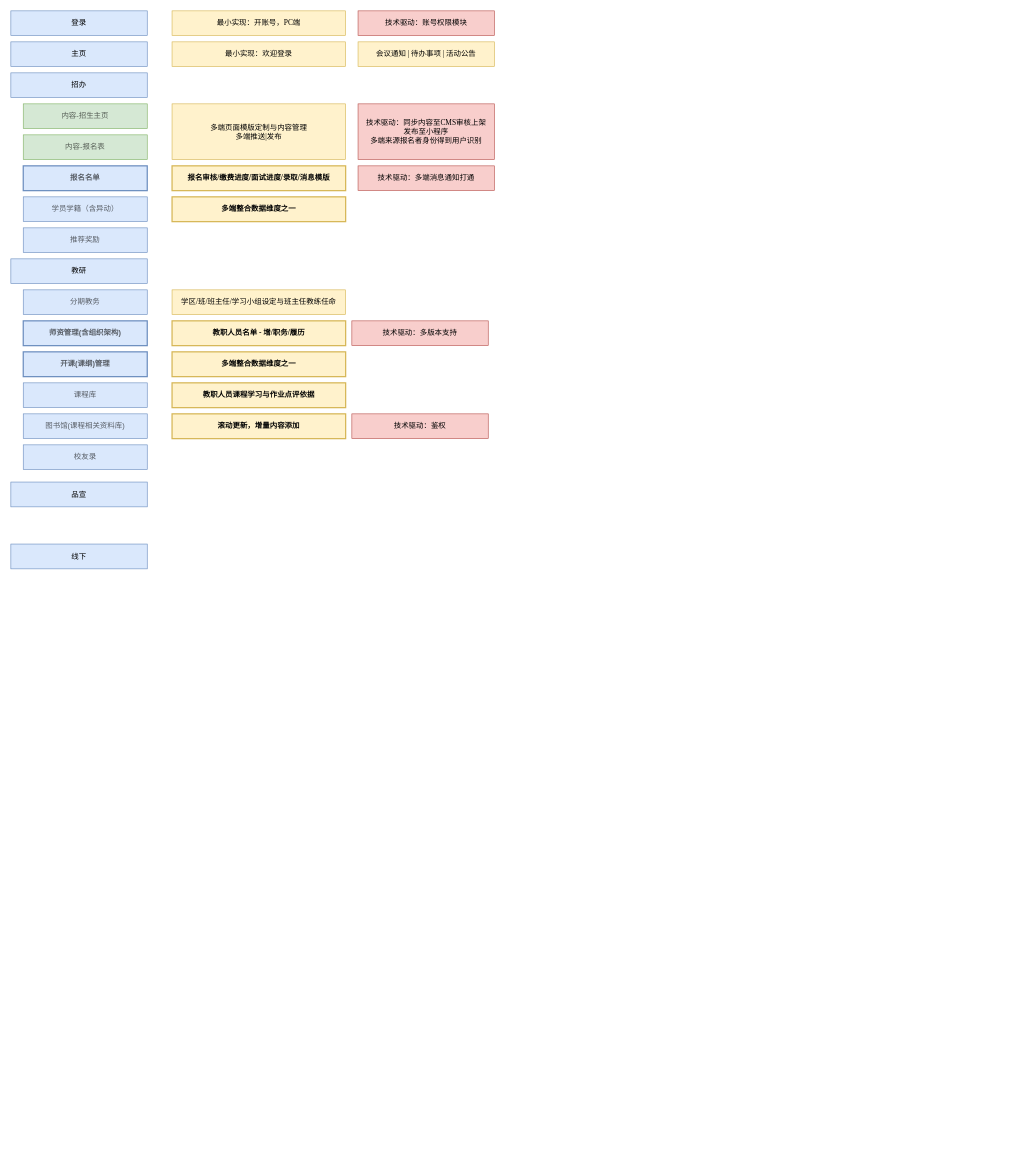
Earlier version of the draw.io diagram 未命名表单.drawio (HunkJia/HUNK). Source tidied: cells renumbered, new cells numbered last; positions are measured from the earlier drawing's top-left corner, leaving out a move shared by most shapes. Both pictures are drawn from the tidied source at 62%, with x=0, y=0 at pixel (11, 11).
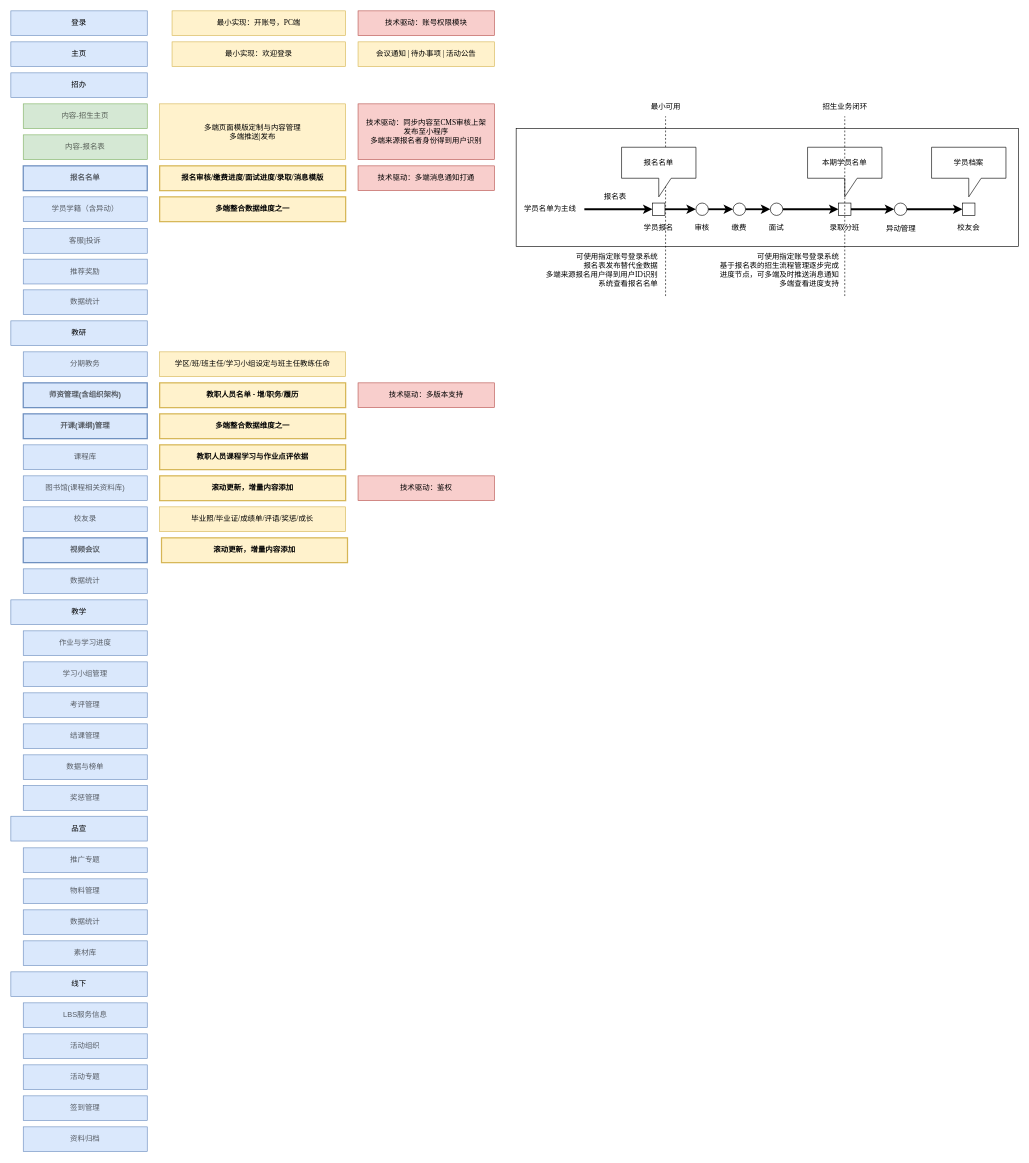
The same page after the edit.

Commit message (it also covers changes not shown here):
更新未命名表单.drawio

Diff of the diagram source:
```diff
@@
+    <mxCell id="35" style="rounded=0;whiteSpace=wrap;html=1;strokeWidth=1;fontFamily=Garamond;" parent="1" vertex="1">
+      <mxGeometry x="815" y="190" width="810" height="190" as="geometry" />
+    </mxCell>
+    <mxCell id="36" style="endArrow=none;dashed=1;html=1;strokeWidth=1;fontFamily=Garamond;entryX=0.5;entryY=1;entryDx=0;entryDy=0;" parent="1" edge="1" target="82">
+      <mxGeometry relative="1" as="geometry">
+        <mxPoint x="1056" y="460" as="sourcePoint" />
+      </mxGeometry>
+    </mxCell>
     <mxCell id="2" value="&lt;div&gt;多端页面模版定制与内容管理&lt;/div&gt;&lt;div&gt;多端推送|发布&lt;/div&gt;" style="rounded=0;whiteSpace=wrap;html=1;fontFamily=Garamond;fillColor=#fff2cc;strokeColor=#d6b656;" parent="1" vertex="1">
-      <mxGeometry x="260" y="150" width="280" height="90" as="geometry" />
+      <mxGeometry x="240" y="150" width="300" height="90" as="geometry" />
     </mxCell>
@@
     <mxCell id="4" value="教研" style="rounded=0;whiteSpace=wrap;html=1;fillColor=#dae8fc;strokeColor=#6c8ebf;" parent="1" vertex="1">
-      <mxGeometry y="400" width="220" height="40" as="geometry" />
+      <mxGeometry y="500" width="220" height="40" as="geometry" />
     </mxCell>
     <mxCell id="5" value="品宣" style="rounded=0;whiteSpace=wrap;html=1;fillColor=#dae8fc;strokeColor=#6c8ebf;" parent="1" vertex="1">
-      <mxGeometry y="760" width="220" height="40" as="geometry" />
+      <mxGeometry y="1299" width="220" height="40" as="geometry" />
     </mxCell>
     <mxCell id="6" value="线下" style="rounded=0;whiteSpace=wrap;html=1;fillColor=#dae8fc;strokeColor=#6c8ebf;" parent="1" vertex="1">
-      <mxGeometry y="860" width="220" height="40" as="geometry" />
+      <mxGeometry y="1550" width="220" height="40" as="geometry" />
     </mxCell>
@@
     <mxCell id="10" value="分期教务" style="text;html=1;strokeColor=#6c8ebf;fillColor=#dae8fc;align=center;verticalAlign=middle;whiteSpace=wrap;rounded=0;textOpacity=60;" parent="1" vertex="1">
-      <mxGeometry x="20" y="450" width="200" height="40" as="geometry" />
+      <mxGeometry x="20" y="550" width="200" height="40" as="geometry" />
     </mxCell>
     <mxCell id="11" value="师资管理(含组织架构)" style="text;html=1;strokeColor=#6c8ebf;fillColor=#dae8fc;align=center;verticalAlign=middle;whiteSpace=wrap;rounded=0;fontStyle=1;strokeWidth=2;textOpacity=60;" parent="1" vertex="1">
-      <mxGeometry x="20" y="500" width="200" height="40" as="geometry" />
+      <mxGeometry x="20" y="600" width="200" height="40" as="geometry" />
     </mxCell>
     <mxCell id="12" value="课程库" style="text;html=1;strokeColor=#6c8ebf;fillColor=#dae8fc;align=center;verticalAlign=middle;whiteSpace=wrap;rounded=0;textOpacity=60;" parent="1" vertex="1">
-      <mxGeometry x="20" y="600" width="200" height="40" as="geometry" />
+      <mxGeometry x="20" y="700" width="200" height="40" as="geometry" />
     </mxCell>
     <mxCell id="13" value="开课(课纲)管理" style="text;html=1;strokeColor=#6c8ebf;fillColor=#dae8fc;align=center;verticalAlign=middle;whiteSpace=wrap;rounded=0;strokeWidth=2;fontStyle=1;textOpacity=60;" parent="1" vertex="1">
-      <mxGeometry x="20" y="550" width="200" height="40" as="geometry" />
+      <mxGeometry x="20" y="650" width="200" height="40" as="geometry" />
     </mxCell>
@@
     <mxCell id="15" value="报名审核/缴费进度/面试进度/录取/消息模版&lt;div style=&quot;text-align: left&quot;&gt;&lt;/div&gt;" style="rounded=0;whiteSpace=wrap;html=1;fontFamily=Garamond;fillColor=#fff2cc;strokeColor=#d6b656;strokeWidth=2;fontStyle=1;" parent="1" vertex="1">
-      <mxGeometry x="260" y="250" width="280" height="40" as="geometry" />
+      <mxGeometry x="240" y="250" width="300" height="40" as="geometry" />
     </mxCell>
@@
     <mxCell id="21" value="学区/班/班主任/学习小组设定与班主任教练任命&lt;div style=&quot;text-align: left&quot;&gt;&lt;/div&gt;" style="rounded=0;whiteSpace=wrap;html=1;fontFamily=Garamond;fillColor=#fff2cc;strokeColor=#d6b656;" parent="1" vertex="1">
-      <mxGeometry x="260" y="450" width="280" height="40" as="geometry" />
+      <mxGeometry x="240" y="550" width="300" height="40" as="geometry" />
     </mxCell>
     <mxCell id="22" value="教职人员名单 - 增/职务/履历&lt;div style=&quot;text-align: left&quot;&gt;&lt;/div&gt;" style="rounded=0;whiteSpace=wrap;html=1;fontFamily=Garamond;fillColor=#fff2cc;strokeColor=#d6b656;strokeWidth=2;fontStyle=1;" parent="1" vertex="1">
-      <mxGeometry x="260" y="500" width="280" height="40" as="geometry" />
+      <mxGeometry x="240" y="600" width="300" height="40" as="geometry" />
     </mxCell>
@@
     <mxCell id="26" value="技术驱动：多版本支持&lt;div style=&quot;text-align: left&quot;&gt;&lt;/div&gt;" style="rounded=0;whiteSpace=wrap;html=1;fontFamily=Garamond;fillColor=#f8cecc;strokeColor=#b85450;" parent="1" vertex="1">
-      <mxGeometry x="550" y="500" width="220" height="40" as="geometry" />
+      <mxGeometry x="560" y="600" width="220" height="40" as="geometry" />
     </mxCell>
     <mxCell id="27" value="图书馆(课程相关资料库)" style="text;html=1;strokeColor=#6c8ebf;fillColor=#dae8fc;align=center;verticalAlign=middle;whiteSpace=wrap;rounded=0;textOpacity=60;" parent="1" vertex="1">
-      <mxGeometry x="20" y="650" width="200" height="40" as="geometry" />
+      <mxGeometry x="20" y="750" width="200" height="40" as="geometry" />
     </mxCell>
     <mxCell id="28" value="多端整合数据维度之一&lt;div style=&quot;text-align: left&quot;&gt;&lt;/div&gt;" style="rounded=0;whiteSpace=wrap;html=1;fontFamily=Garamond;fillColor=#fff2cc;strokeColor=#d6b656;strokeWidth=2;fontStyle=1;" parent="1" vertex="1">
-      <mxGeometry x="260" y="550" width="280" height="40" as="geometry" />
+      <mxGeometry x="240" y="650" width="300" height="40" as="geometry" />
     </mxCell>
     <mxCell id="29" value="多端整合数据维度之一&lt;div style=&quot;text-align: left&quot;&gt;&lt;/div&gt;" style="rounded=0;whiteSpace=wrap;html=1;fontFamily=Garamond;fillColor=#fff2cc;strokeColor=#d6b656;strokeWidth=2;fontStyle=1;" parent="1" vertex="1">
-      <mxGeometry x="260" y="300" width="280" height="40" as="geometry" />
+      <mxGeometry x="240" y="300" width="300" height="40" as="geometry" />
     </mxCell>
     <mxCell id="30" value="教职人员课程学习与作业点评依据&lt;div style=&quot;text-align: left&quot;&gt;&lt;/div&gt;" style="rounded=0;whiteSpace=wrap;html=1;fontFamily=Garamond;fillColor=#fff2cc;strokeColor=#d6b656;strokeWidth=2;fontStyle=1;" parent="1" vertex="1">
-      <mxGeometry x="260" y="600" width="280" height="40" as="geometry" />
+      <mxGeometry x="240" y="700" width="300" height="40" as="geometry" />
     </mxCell>
     <mxCell id="31" value="滚动更新，增量内容添加&lt;div style=&quot;text-align: left&quot;&gt;&lt;/div&gt;" style="rounded=0;whiteSpace=wrap;html=1;fontFamily=Garamond;fillColor=#fff2cc;strokeColor=#d6b656;strokeWidth=2;fontStyle=1;" parent="1" vertex="1">
-      <mxGeometry x="260" y="650" width="280" height="40" as="geometry" />
+      <mxGeometry x="240" y="750" width="300" height="40" as="geometry" />
     </mxCell>
     <mxCell id="32" value="技术驱动：鉴权&lt;div style=&quot;text-align: left&quot;&gt;&lt;/div&gt;" style="rounded=0;whiteSpace=wrap;html=1;fontFamily=Garamond;fillColor=#f8cecc;strokeColor=#b85450;" parent="1" vertex="1">
-      <mxGeometry x="550" y="650" width="220" height="40" as="geometry" />
+      <mxGeometry x="560" y="750" width="220" height="40" as="geometry" />
     </mxCell>
     <mxCell id="33" value="校友录" style="text;html=1;strokeColor=#6c8ebf;fillColor=#dae8fc;align=center;verticalAlign=middle;whiteSpace=wrap;rounded=0;textOpacity=60;" parent="1" vertex="1">
-      <mxGeometry x="20" y="700" width="200" height="40" as="geometry" />
+      <mxGeometry x="20" y="800" width="200" height="40" as="geometry" />
     </mxCell>
-    <mxCell id="34" value="推荐奖励" style="text;html=1;strokeColor=#6c8ebf;fillColor=#dae8fc;align=center;verticalAlign=middle;whiteSpace=wrap;rounded=0;textOpacity=60;" parent="1" vertex="1">
-      <mxGeometry x="20" y="350" width="200" height="40" as="geometry" />
+    <mxCell id="34" value="数据统计" style="text;html=1;strokeColor=#6c8ebf;fillColor=#dae8fc;align=center;verticalAlign=middle;whiteSpace=wrap;rounded=0;textOpacity=60;" parent="1" vertex="1">
+      <mxGeometry x="20" y="450" width="200" height="40" as="geometry" />
     </mxCell>
+    <mxCell id="37" value="毕业照/毕业证/成绩单/评语/奖惩/成长&lt;div style=&quot;text-align: left&quot;&gt;&lt;/div&gt;" style="rounded=0;whiteSpace=wrap;html=1;fontFamily=Garamond;fillColor=#fff2cc;strokeColor=#d6b656;" parent="1" vertex="1">
+      <mxGeometry x="240" y="800" width="300" height="40" as="geometry" />
+    </mxCell>
+    <mxCell id="38" value="教学" style="rounded=0;whiteSpace=wrap;html=1;fillColor=#dae8fc;strokeColor=#6c8ebf;" parent="1" vertex="1">
+      <mxGeometry y="950" width="220" height="40" as="geometry" />
+    </mxCell>
+    <mxCell id="39" value="视频会议" style="text;html=1;strokeColor=#6c8ebf;fillColor=#dae8fc;align=center;verticalAlign=middle;whiteSpace=wrap;rounded=0;textOpacity=60;fontStyle=1;strokeWidth=2;" parent="1" vertex="1">
+      <mxGeometry x="20" y="850" width="200" height="40" as="geometry" />
+    </mxCell>
+    <mxCell id="40" value="作业与学习进度" style="text;html=1;strokeColor=#6c8ebf;fillColor=#dae8fc;align=center;verticalAlign=middle;whiteSpace=wrap;rounded=0;textOpacity=60;" parent="1" vertex="1">
+      <mxGeometry x="20" y="1000" width="200" height="40" as="geometry" />
+    </mxCell>
+    <mxCell id="41" value="学习小组管理" style="text;html=1;strokeColor=#6c8ebf;fillColor=#dae8fc;align=center;verticalAlign=middle;whiteSpace=wrap;rounded=0;textOpacity=60;" parent="1" vertex="1">
+      <mxGeometry x="20" y="1050" width="200" height="40" as="geometry" />
+    </mxCell>
+    <mxCell id="42" value="考评管理" style="text;html=1;strokeColor=#6c8ebf;fillColor=#dae8fc;align=center;verticalAlign=middle;whiteSpace=wrap;rounded=0;textOpacity=60;" parent="1" vertex="1">
+      <mxGeometry x="20" y="1100" width="200" height="40" as="geometry" />
+    </mxCell>
+    <mxCell id="43" value="结课管理" style="text;html=1;strokeColor=#6c8ebf;fillColor=#dae8fc;align=center;verticalAlign=middle;whiteSpace=wrap;rounded=0;textOpacity=60;" parent="1" vertex="1">
+      <mxGeometry x="20" y="1150" width="200" height="40" as="geometry" />
+    </mxCell>
+    <mxCell id="44" value="数据与榜单" style="text;html=1;strokeColor=#6c8ebf;fillColor=#dae8fc;align=center;verticalAlign=middle;whiteSpace=wrap;rounded=0;textOpacity=60;" parent="1" vertex="1">
+      <mxGeometry x="20" y="1200" width="200" height="40" as="geometry" />
+    </mxCell>
+    <mxCell id="45" value="奖惩管理" style="text;html=1;strokeColor=#6c8ebf;fillColor=#dae8fc;align=center;verticalAlign=middle;whiteSpace=wrap;rounded=0;textOpacity=60;" parent="1" vertex="1">
+      <mxGeometry x="20" y="1249.5" width="200" height="40" as="geometry" />
+    </mxCell>
+    <mxCell id="46" value="推广专题" style="text;html=1;strokeColor=#6c8ebf;fillColor=#dae8fc;align=center;verticalAlign=middle;whiteSpace=wrap;rounded=0;textOpacity=60;" parent="1" vertex="1">
+      <mxGeometry x="20" y="1350" width="200" height="40" as="geometry" />
+    </mxCell>
+    <mxCell id="47" value="物料管理" style="text;html=1;strokeColor=#6c8ebf;fillColor=#dae8fc;align=center;verticalAlign=middle;whiteSpace=wrap;rounded=0;textOpacity=60;" parent="1" vertex="1">
+      <mxGeometry x="20" y="1400" width="200" height="40" as="geometry" />
+    </mxCell>
+    <mxCell id="48" value="数据统计" style="text;html=1;strokeColor=#6c8ebf;fillColor=#dae8fc;align=center;verticalAlign=middle;whiteSpace=wrap;rounded=0;textOpacity=60;" parent="1" vertex="1">
+      <mxGeometry x="20" y="1450" width="200" height="40" as="geometry" />
+    </mxCell>
+    <mxCell id="49" value="素材库" style="text;html=1;strokeColor=#6c8ebf;fillColor=#dae8fc;align=center;verticalAlign=middle;whiteSpace=wrap;rounded=0;textOpacity=60;" parent="1" vertex="1">
+      <mxGeometry x="20" y="1500" width="200" height="40" as="geometry" />
+    </mxCell>
+    <mxCell id="50" value="LBS服务信息" style="text;html=1;strokeColor=#6c8ebf;fillColor=#dae8fc;align=center;verticalAlign=middle;whiteSpace=wrap;rounded=0;textOpacity=60;" parent="1" vertex="1">
+      <mxGeometry x="20" y="1600" width="200" height="40" as="geometry" />
+    </mxCell>
+    <mxCell id="51" value="活动组织" style="text;html=1;strokeColor=#6c8ebf;fillColor=#dae8fc;align=center;verticalAlign=middle;whiteSpace=wrap;rounded=0;textOpacity=60;" parent="1" vertex="1">
+      <mxGeometry x="20" y="1650" width="200" height="40" as="geometry" />
+    </mxCell>
+    <mxCell id="52" value="活动专题" style="text;html=1;strokeColor=#6c8ebf;fillColor=#dae8fc;align=center;verticalAlign=middle;whiteSpace=wrap;rounded=0;textOpacity=60;" parent="1" vertex="1">
+      <mxGeometry x="20" y="1700" width="200" height="40" as="geometry" />
+    </mxCell>
+    <mxCell id="53" value="签到管理" style="text;html=1;strokeColor=#6c8ebf;fillColor=#dae8fc;align=center;verticalAlign=middle;whiteSpace=wrap;rounded=0;textOpacity=60;" parent="1" vertex="1">
+      <mxGeometry x="20" y="1750" width="200" height="40" as="geometry" />
+    </mxCell>
+    <mxCell id="54" value="资料归档" style="text;html=1;strokeColor=#6c8ebf;fillColor=#dae8fc;align=center;verticalAlign=middle;whiteSpace=wrap;rounded=0;textOpacity=60;" parent="1" vertex="1">
+      <mxGeometry x="20" y="1800" width="200" height="40" as="geometry" />
+    </mxCell>
+    <mxCell id="55" value="滚动更新，增量内容添加&lt;div style=&quot;text-align: left&quot;&gt;&lt;/div&gt;" style="rounded=0;whiteSpace=wrap;html=1;fontFamily=Garamond;fillColor=#fff2cc;strokeColor=#d6b656;strokeWidth=2;fontStyle=1;" parent="1" vertex="1">
+      <mxGeometry x="243" y="850" width="300" height="40" as="geometry" />
+    </mxCell>
+    <mxCell id="56" style="endArrow=classic;html=1;fontFamily=Garamond;strokeWidth=3;entryX=0;entryY=0.5;entryDx=0;entryDy=0;" parent="1" edge="1" source="71" target="63">
+      <mxGeometry relative="1" as="geometry" />
+    </mxCell>
+    <mxCell id="57" value="学员名单为主线" style="text;html=1;strokeColor=none;fillColor=none;align=center;verticalAlign=middle;whiteSpace=wrap;rounded=0;fontFamily=Garamond;" parent="1" vertex="1">
+      <mxGeometry x="815" y="310" width="110" height="20" as="geometry" />
+    </mxCell>
+    <mxCell id="58" style="endArrow=classic;html=1;fontFamily=Garamond;strokeWidth=3;" parent="1" edge="1">
+      <mxGeometry relative="1" as="geometry">
+        <mxPoint x="925" y="320" as="sourcePoint" />
+        <mxPoint x="1035" y="320" as="targetPoint" />
+      </mxGeometry>
+    </mxCell>
+    <mxCell id="59" value="报名表" style="text;html=1;strokeColor=none;fillColor=none;align=center;verticalAlign=middle;whiteSpace=wrap;rounded=0;fontFamily=Garamond;" parent="1" vertex="1">
+      <mxGeometry x="955" y="290" width="40" height="20" as="geometry" />
+    </mxCell>
+    <mxCell id="60" style="whiteSpace=wrap;html=1;strokeWidth=1;fontFamily=Garamond;" parent="1" vertex="1">
+      <mxGeometry x="1035" y="310" width="20" height="20" as="geometry" />
+    </mxCell>
+    <mxCell id="61" value="报名名单" style="shape=callout;whiteSpace=wrap;html=1;perimeter=calloutPerimeter;strokeWidth=1;fontFamily=Garamond;" parent="1" vertex="1">
+      <mxGeometry x="985" y="220" width="120" height="80" as="geometry" />
+    </mxCell>
+    <mxCell id="62" style="edgeStyle=orthogonalEdgeStyle;rounded=0;jettySize=auto;html=1;strokeWidth=3;fontFamily=Garamond;" parent="1" edge="1" source="78" target="64">
+      <mxGeometry relative="1" as="geometry" />
+    </mxCell>
+    <mxCell id="63" style="whiteSpace=wrap;html=1;strokeWidth=1;fontFamily=Garamond;" parent="1" vertex="1">
+      <mxGeometry x="1335" y="310" width="20" height="20" as="geometry" />
+    </mxCell>
+    <mxCell id="64" style="whiteSpace=wrap;html=1;strokeWidth=1;fontFamily=Garamond;" parent="1" vertex="1">
+      <mxGeometry x="1535" y="310" width="20" height="20" as="geometry" />
+    </mxCell>
+    <mxCell id="65" value="本期学员名单" style="shape=callout;whiteSpace=wrap;html=1;perimeter=calloutPerimeter;strokeWidth=1;fontFamily=Garamond;" parent="1" vertex="1">
+      <mxGeometry x="1285" y="220" width="120" height="80" as="geometry" />
+    </mxCell>
+    <mxCell id="66" value="学员档案" style="shape=callout;whiteSpace=wrap;html=1;perimeter=calloutPerimeter;strokeWidth=1;fontFamily=Garamond;" parent="1" vertex="1">
+      <mxGeometry x="1485" y="220" width="120" height="80" as="geometry" />
+    </mxCell>
+    <mxCell id="67" style="ellipse;whiteSpace=wrap;html=1;strokeWidth=1;fontFamily=Garamond;" parent="1" vertex="1">
+      <mxGeometry x="1105" y="310" width="20" height="20" as="geometry" />
+    </mxCell>
+    <mxCell id="68" style="endArrow=classic;html=1;fontFamily=Garamond;strokeWidth=3;entryX=0;entryY=0.5;entryDx=0;entryDy=0;" parent="1" edge="1" target="67">
+      <mxGeometry relative="1" as="geometry">
+        <mxPoint x="1055" y="320" as="sourcePoint" />
+      </mxGeometry>
+    </mxCell>
+    <mxCell id="69" style="ellipse;whiteSpace=wrap;html=1;strokeWidth=1;fontFamily=Garamond;" parent="1" vertex="1">
+      <mxGeometry x="1165" y="310" width="20" height="20" as="geometry" />
+    </mxCell>
+    <mxCell id="70" style="endArrow=classic;html=1;fontFamily=Garamond;strokeWidth=3;entryX=0;entryY=0.5;entryDx=0;entryDy=0;" parent="1" edge="1" source="67" target="69">
+      <mxGeometry relative="1" as="geometry" />
+    </mxCell>
+    <mxCell id="71" style="ellipse;whiteSpace=wrap;html=1;strokeWidth=1;fontFamily=Garamond;" parent="1" vertex="1">
+      <mxGeometry x="1225" y="310" width="20" height="20" as="geometry" />
+    </mxCell>
+    <mxCell id="72" style="endArrow=classic;html=1;fontFamily=Garamond;strokeWidth=3;entryX=0;entryY=0.5;entryDx=0;entryDy=0;" parent="1" edge="1" source="69" target="71">
+      <mxGeometry relative="1" as="geometry" />
+    </mxCell>
+    <mxCell id="73" value="审核" style="text;html=1;strokeColor=none;fillColor=none;align=center;verticalAlign=middle;whiteSpace=wrap;rounded=0;fontFamily=Garamond;" parent="1" vertex="1">
+      <mxGeometry x="1095" y="340" width="40" height="20" as="geometry" />
+    </mxCell>
+    <mxCell id="74" value="缴费" style="text;html=1;strokeColor=none;fillColor=none;align=center;verticalAlign=middle;whiteSpace=wrap;rounded=0;fontFamily=Garamond;" parent="1" vertex="1">
+      <mxGeometry x="1155" y="340" width="40" height="20" as="geometry" />
+    </mxCell>
+    <mxCell id="75" value="学员报名" style="text;html=1;strokeColor=none;fillColor=none;align=center;verticalAlign=middle;whiteSpace=wrap;rounded=0;fontFamily=Garamond;" parent="1" vertex="1">
+      <mxGeometry x="1015" y="340" width="60" height="20" as="geometry" />
+    </mxCell>
+    <mxCell id="76" value="面试" style="text;html=1;strokeColor=none;fillColor=none;align=center;verticalAlign=middle;whiteSpace=wrap;rounded=0;fontFamily=Garamond;" parent="1" vertex="1">
+      <mxGeometry x="1215" y="340" width="40" height="20" as="geometry" />
+    </mxCell>
+    <mxCell id="77" value="录取分班" style="text;html=1;strokeColor=none;fillColor=none;align=center;verticalAlign=middle;whiteSpace=wrap;rounded=0;fontFamily=Garamond;" parent="1" vertex="1">
+      <mxGeometry x="1315" y="340" width="60" height="20" as="geometry" />
+    </mxCell>
+    <mxCell id="78" style="ellipse;whiteSpace=wrap;html=1;strokeWidth=1;fontFamily=Garamond;" parent="1" vertex="1">
+      <mxGeometry x="1425" y="310" width="20" height="20" as="geometry" />
+    </mxCell>
+    <mxCell id="79" style="edgeStyle=orthogonalEdgeStyle;rounded=0;jettySize=auto;html=1;strokeWidth=3;fontFamily=Garamond;" parent="1" edge="1" source="63" target="78">
+      <mxGeometry relative="1" as="geometry" />
+    </mxCell>
+    <mxCell id="80" value="异动管理" style="text;html=1;strokeColor=none;fillColor=none;align=center;verticalAlign=middle;whiteSpace=wrap;rounded=0;fontFamily=Garamond;" parent="1" vertex="1">
+      <mxGeometry x="1406" y="341" width="60" height="20" as="geometry" />
+    </mxCell>
+    <mxCell id="81" value="校友会" style="text;html=1;strokeColor=none;fillColor=none;align=center;verticalAlign=middle;whiteSpace=wrap;rounded=0;fontFamily=Garamond;" parent="1" vertex="1">
+      <mxGeometry x="1515" y="340" width="60" height="20" as="geometry" />
+    </mxCell>
+    <mxCell id="82" value="最小可用" style="text;html=1;fontFamily=Garamond;align=center;" parent="1" vertex="1">
+      <mxGeometry x="1026" y="140" width="60" height="30" as="geometry" />
+    </mxCell>
+    <mxCell id="83" value="可使用指定账号登录系统&lt;br&gt;报名表发布替代金数据&lt;br&gt;多端来源报名用户得到用户ID识别&lt;br&gt;系统查看报名名单&lt;br&gt;&lt;br&gt;" style="text;html=1;strokeColor=none;fillColor=none;align=right;verticalAlign=middle;whiteSpace=wrap;rounded=0;fontFamily=Garamond;" parent="1" vertex="1">
+      <mxGeometry x="860" y="390" width="186" height="70" as="geometry" />
+    </mxCell>
+    <mxCell id="84" style="endArrow=none;dashed=1;html=1;strokeWidth=1;fontFamily=Garamond;entryX=0.5;entryY=1;entryDx=0;entryDy=0;" parent="1" edge="1" target="85">
+      <mxGeometry relative="1" as="geometry">
+        <mxPoint x="1345" y="460" as="sourcePoint" />
+      </mxGeometry>
+    </mxCell>
+    <mxCell id="85" value="招生业务闭环" style="text;html=1;fontFamily=Garamond;align=center;" parent="1" vertex="1">
+      <mxGeometry x="1315" y="140" width="60" height="30" as="geometry" />
+    </mxCell>
+    <mxCell id="86" value="可使用指定账号登录系统&lt;br&gt;基于报名表的招生流程管理逐步完成&lt;br&gt;进度节点，可多端及时推送消息通知&lt;br&gt;多端查看进度支持&lt;br&gt;&lt;br&gt;" style="text;html=1;strokeColor=none;fillColor=none;align=right;verticalAlign=middle;whiteSpace=wrap;rounded=0;fontFamily=Garamond;" parent="1" vertex="1">
+      <mxGeometry x="1090" y="390" width="248" height="70" as="geometry" />
+    </mxCell>
+    <mxCell id="87" value="客服|投诉" style="text;html=1;strokeColor=#6c8ebf;fillColor=#dae8fc;align=center;verticalAlign=middle;whiteSpace=wrap;rounded=0;textOpacity=60;" parent="1" vertex="1">
+      <mxGeometry x="20" y="351" width="200" height="40" as="geometry" />
+    </mxCell>
+    <mxCell id="88" value="推荐奖励" style="text;html=1;strokeColor=#6c8ebf;fillColor=#dae8fc;align=center;verticalAlign=middle;whiteSpace=wrap;rounded=0;textOpacity=60;" parent="1" vertex="1">
+      <mxGeometry x="20" y="400.5" width="200" height="40" as="geometry" />
+    </mxCell>
+    <mxCell id="89" value="数据统计" style="text;html=1;strokeColor=#6c8ebf;fillColor=#dae8fc;align=center;verticalAlign=middle;whiteSpace=wrap;rounded=0;textOpacity=60;" parent="1" vertex="1">
+      <mxGeometry x="20" y="900" width="200" height="40" as="geometry" />
+    </mxCell>
```
